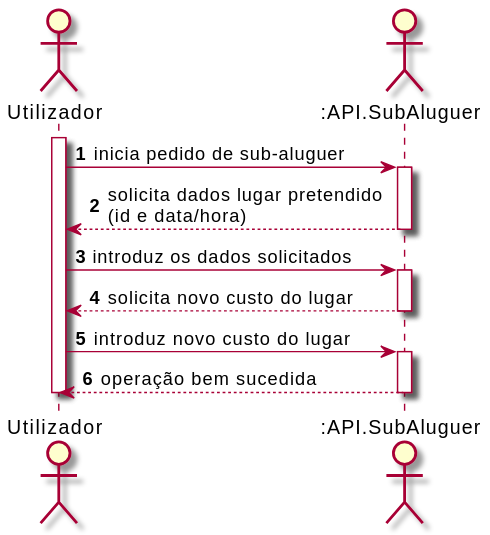
UPskillDOTNET/Jakim-das-Coives-S.A. keeps this PlantUML diagram as Documentos/Sprint3/UC6/UC6_SSD.svg. Above is the earlier version.
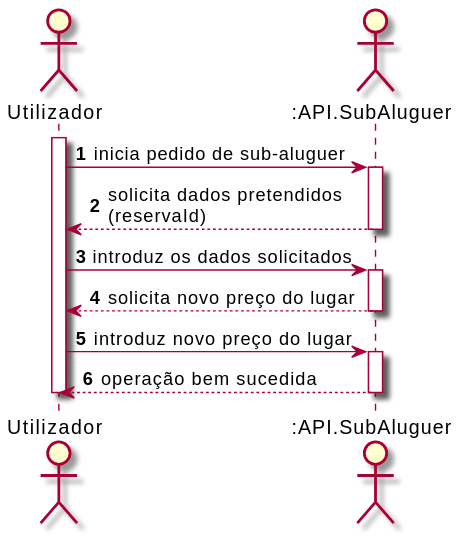
Above is the later version.

Diff of the diagram source:
```diff
@@ -6,16 +6,16 @@
 activate User
 User -> API : inicia pedido de sub-aluguer
 activate API
-API --> User : solicita dados lugar pretendido \n(id e data/hora)
+API --> User : solicita dados pretendidos \n(reservaId)
 deactivate API
 
 User -> API : introduz os dados solicitados
 activate API
 
-API --> User : solicita novo custo do lugar
+API --> User : solicita novo preço do lugar
 deactivate API
 
-User -> API : introduz novo custo do lugar
+User -> API : introduz novo preço do lugar
 activate API
 
 API --> User : operação bem sucedida
```
